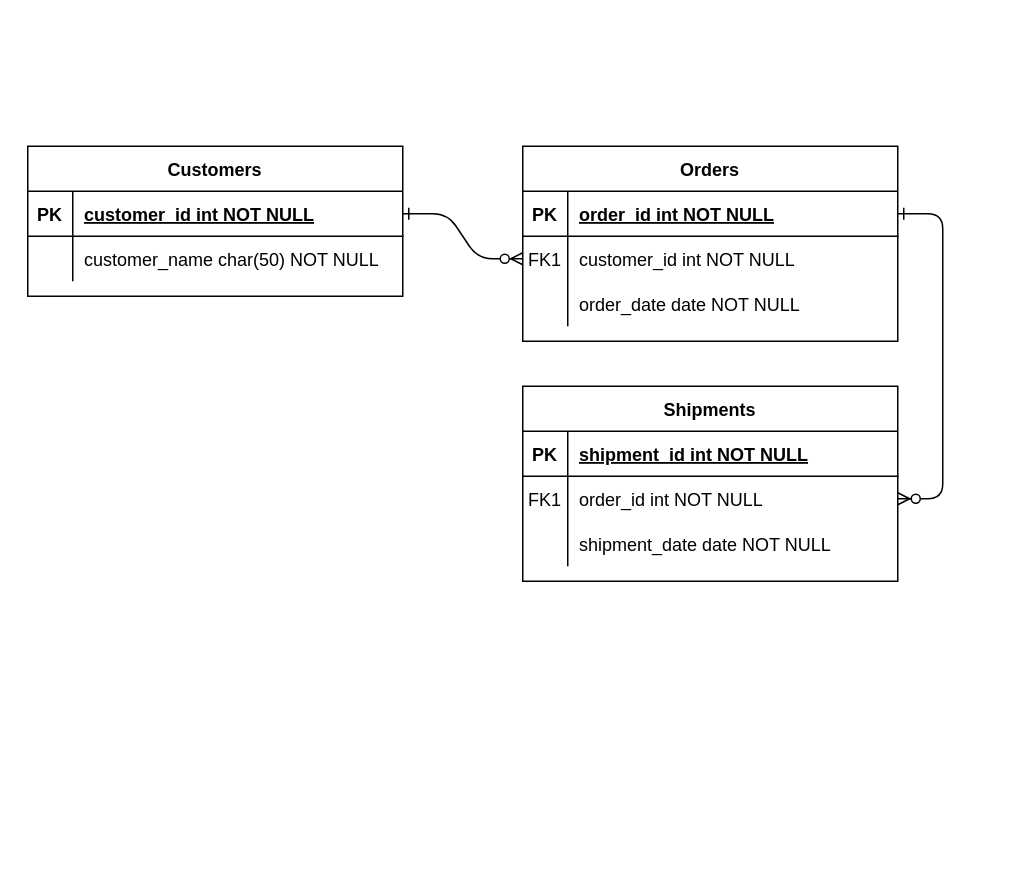
Earlier version of the draw.io diagram pet.drawio (Beah96/meu_primeiro_DER). Source tidied: cells renumbered, new cells numbered last; positions are measured from the earlier drawing's top-left corner, leaving out a move shared by most shapes. Both pictures are drawn from the tidied source at 150%, with x=0, y=0 at pixel (27, 146).
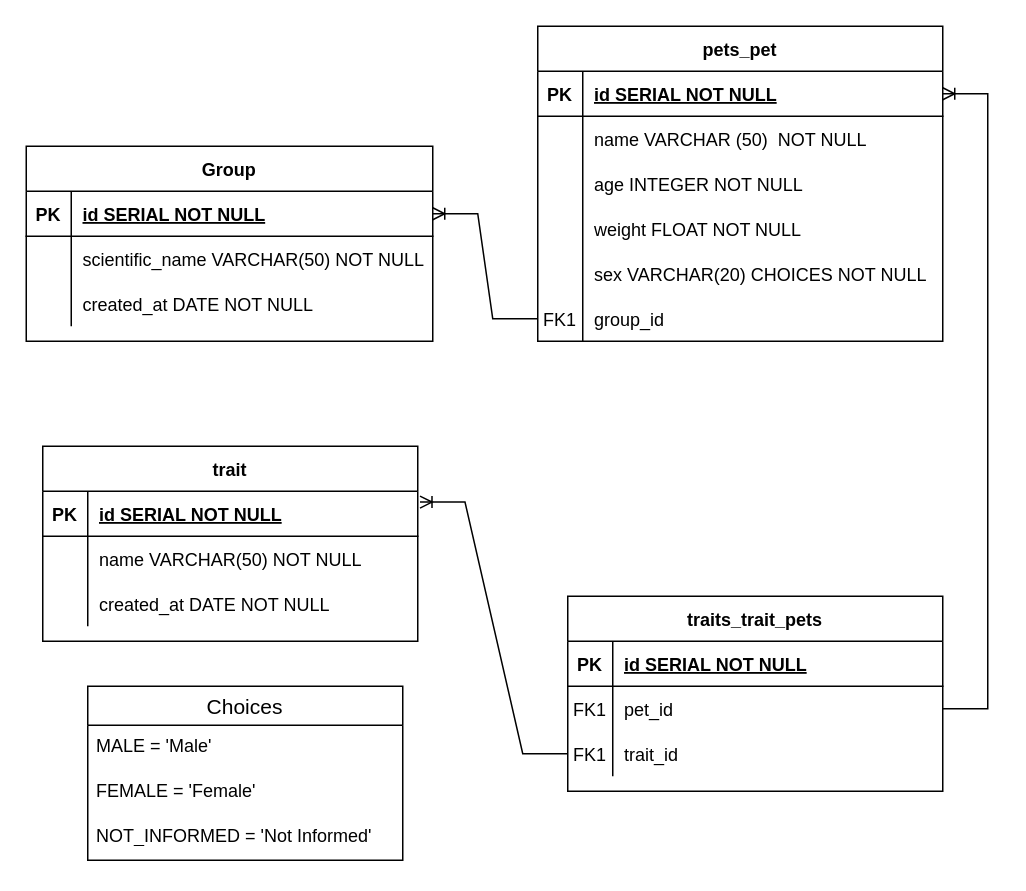
The same diagram, later.

Unchanged cells that the change refers to:
```xml
<mxCell id="15" style="shape=partialRectangle;fillColor=none;points=[[0,0.5],[1,0.5]];portConstraint=eastwest;top=0;left=0;right=0;bottom=1;" parent="14" vertex="1">
  <mxGeometry y="30" width="250" height="30" as="geometry" />
</mxCell>
<mxCell id="18" style="shape=partialRectangle;fillColor=none;points=[[0,0.5],[1,0.5]];portConstraint=eastwest;top=0;left=0;right=0;bottom=0;" parent="14" vertex="1">
  <mxGeometry y="60" width="250" height="30" as="geometry" />
</mxCell>
<mxCell id="21" style="shape=partialRectangle;fillColor=none;top=0;left=0;right=0;bottom=0;" parent="14" vertex="1">
  <mxGeometry y="90" width="250" height="30" as="geometry" />
</mxCell>
```

Diff of the diagram source:
```diff
@@
-    <mxCell id="2" style="edgeStyle=entityRelationEdgeStyle;endArrow=ERzeroToMany;startArrow=ERone;endFill=1;startFill=0;" parent="1" edge="1" source="25" target="8">
-      <mxGeometry relative="1" as="geometry" />
-    </mxCell>
-    <mxCell id="3" style="edgeStyle=entityRelationEdgeStyle;endArrow=ERzeroToMany;startArrow=ERone;endFill=1;startFill=0;" parent="1" edge="1" source="5" target="18">
-      <mxGeometry relative="1" as="geometry" />
-    </mxCell>
-    <mxCell id="4" value="Orders" style="shape=table;startSize=30;childLayout=tableLayout;rowLines=0;fontStyle=1;align=center;" parent="1" vertex="1">
-      <mxGeometry x="330" width="250" height="130" as="geometry" />
+    <mxCell id="4" value="pets_pet" style="shape=table;startSize=30;childLayout=tableLayout;rowLines=0;fontStyle=1;align=center;" parent="1" vertex="1">
+      <mxGeometry x="340" y="-80" width="270" height="210" as="geometry" />
     </mxCell>
     <mxCell id="5" style="shape=partialRectangle;fillColor=none;points=[[0,0.5],[1,0.5]];portConstraint=eastwest;top=0;left=0;right=0;bottom=1;" parent="4" vertex="1">
-      <mxGeometry y="30" width="250" height="30" as="geometry" />
+      <mxGeometry y="30" width="270" height="30" as="geometry" />
     </mxCell>
@@
-    <mxCell id="7" value="order_id int NOT NULL " style="shape=partialRectangle;overflow=hidden;fillColor=none;top=0;left=0;bottom=0;right=0;align=left;spacingLeft=6;fontStyle=5;" parent="5" vertex="1">
-      <mxGeometry x="30" width="220" height="30" as="geometry" />
+    <mxCell id="7" value="id SERIAL NOT NULL" style="shape=partialRectangle;overflow=hidden;fillColor=none;top=0;left=0;bottom=0;right=0;align=left;spacingLeft=6;fontStyle=5;" parent="5" vertex="1">
+      <mxGeometry x="30" width="240" height="30" as="geometry" />
     </mxCell>
+    <mxCell id="11" style="shape=partialRectangle;fillColor=none;top=0;left=0;right=0;bottom=0;" parent="4" vertex="1">
+      <mxGeometry y="60" width="270" height="30" as="geometry" />
+    </mxCell>
+    <mxCell id="12" style="shape=partialRectangle;overflow=hidden;fillColor=none;top=0;left=0;bottom=0;right=0;" parent="11" vertex="1">
+      <mxGeometry width="30" height="30" as="geometry" />
+    </mxCell>
+    <mxCell id="13" value="name VARCHAR (50)  NOT NULL" style="shape=partialRectangle;overflow=hidden;fillColor=none;top=0;left=0;bottom=0;right=0;align=left;spacingLeft=6;" parent="11" vertex="1">
+      <mxGeometry x="30" width="240" height="30" as="geometry" />
+    </mxCell>
+    <mxCell id="31" style="shape=tableRow;horizontal=0;startSize=0;swimlaneHead=0;swimlaneBody=0;fillColor=none;top=0;left=0;right=0;bottom=0;" parent="4" vertex="1">
+      <mxGeometry y="90" width="270" height="30" as="geometry" />
+    </mxCell>
+    <mxCell id="32" style="shape=partialRectangle;fillColor=none;top=0;left=0;bottom=0;right=0;overflow=hidden;" parent="31" vertex="1">
+      <mxGeometry width="30" height="30" as="geometry" />
+    </mxCell>
+    <mxCell id="33" value="age INTEGER NOT NULL" style="shape=partialRectangle;fillColor=none;top=0;left=0;bottom=0;right=0;align=left;spacingLeft=6;overflow=hidden;" parent="31" vertex="1">
+      <mxGeometry x="30" width="240" height="30" as="geometry" />
+    </mxCell>
+    <mxCell id="34" style="shape=tableRow;horizontal=0;startSize=0;swimlaneHead=0;swimlaneBody=0;fillColor=none;top=0;left=0;right=0;bottom=0;" parent="4" vertex="1">
+      <mxGeometry y="120" width="270" height="30" as="geometry" />
+    </mxCell>
+    <mxCell id="35" style="shape=partialRectangle;fillColor=none;top=0;left=0;bottom=0;right=0;overflow=hidden;" parent="34" vertex="1">
+      <mxGeometry width="30" height="30" as="geometry" />
+    </mxCell>
+    <mxCell id="36" value="weight FLOAT NOT NULL" style="shape=partialRectangle;fillColor=none;top=0;left=0;bottom=0;right=0;align=left;spacingLeft=6;overflow=hidden;" parent="34" vertex="1">
+      <mxGeometry x="30" width="240" height="30" as="geometry" />
+    </mxCell>
+    <mxCell id="37" style="shape=tableRow;horizontal=0;startSize=0;swimlaneHead=0;swimlaneBody=0;fillColor=none;top=0;left=0;right=0;bottom=0;" parent="4" vertex="1">
+      <mxGeometry y="150" width="270" height="30" as="geometry" />
+    </mxCell>
+    <mxCell id="38" style="shape=partialRectangle;fillColor=none;top=0;left=0;bottom=0;right=0;overflow=hidden;" parent="37" vertex="1">
+      <mxGeometry width="30" height="30" as="geometry" />
+    </mxCell>
+    <mxCell id="39" value="sex VARCHAR(20) CHOICES NOT NULL" style="shape=partialRectangle;fillColor=none;top=0;left=0;bottom=0;right=0;align=left;spacingLeft=6;overflow=hidden;" parent="37" vertex="1">
+      <mxGeometry x="30" width="240" height="30" as="geometry" />
+    </mxCell>
     <mxCell id="8" style="shape=partialRectangle;fillColor=none;points=[[0,0.5],[1,0.5]];portConstraint=eastwest;top=0;left=0;right=0;bottom=0;" parent="4" vertex="1">
-      <mxGeometry y="60" width="250" height="30" as="geometry" />
+      <mxGeometry y="180" width="270" height="30" as="geometry" />
     </mxCell>
@@
-    <mxCell id="10" value="customer_id int NOT NULL" style="shape=partialRectangle;overflow=hidden;fillColor=none;top=0;left=0;bottom=0;right=0;align=left;spacingLeft=6;" parent="8" vertex="1">
-      <mxGeometry x="30" width="220" height="30" as="geometry" />
+    <mxCell id="10" value="group_id" style="shape=partialRectangle;overflow=hidden;fillColor=none;top=0;left=0;bottom=0;right=0;align=left;spacingLeft=6;" parent="8" vertex="1">
+      <mxGeometry x="30" width="240" height="30" as="geometry" />
     </mxCell>
-    <mxCell id="11" style="shape=partialRectangle;fillColor=none;top=0;left=0;right=0;bottom=0;" parent="4" vertex="1">
-      <mxGeometry y="90" width="250" height="30" as="geometry" />
-    </mxCell>
-    <mxCell id="12" style="shape=partialRectangle;overflow=hidden;fillColor=none;top=0;left=0;bottom=0;right=0;" parent="11" vertex="1">
-      <mxGeometry width="30" height="30" as="geometry" />
-    </mxCell>
-    <mxCell id="13" value="order_date date NOT NULL" style="shape=partialRectangle;overflow=hidden;fillColor=none;top=0;left=0;bottom=0;right=0;align=left;spacingLeft=6;" parent="11" vertex="1">
-      <mxGeometry x="30" width="220" height="30" as="geometry" />
-    </mxCell>
-    <mxCell id="14" value="Shipments" style="shape=table;startSize=30;childLayout=tableLayout;rowLines=0;fontStyle=1;align=center;" parent="1" vertex="1">
-      <mxGeometry x="330" y="160" width="250" height="130" as="geometry" />
+    <mxCell id="14" value="trait" style="shape=table;startSize=30;childLayout=tableLayout;rowLines=0;fontStyle=1;align=center;" parent="1" vertex="1">
+      <mxGeometry x="10" y="200" width="250" height="130" as="geometry" />
     </mxCell>
@@
-    <mxCell id="17" value="shipment_id int NOT NULL " style="shape=partialRectangle;overflow=hidden;fillColor=none;top=0;left=0;bottom=0;right=0;align=left;spacingLeft=6;fontStyle=5;" parent="15" vertex="1">
+    <mxCell id="17" value="id SERIAL NOT NULL" style="shape=partialRectangle;overflow=hidden;fillColor=none;top=0;left=0;bottom=0;right=0;align=left;spacingLeft=6;fontStyle=5;" parent="15" vertex="1">
       <mxGeometry x="30" width="220" height="30" as="geometry" />
     </mxCell>
@@
-    <mxCell id="19" value="FK1" style="shape=partialRectangle;overflow=hidden;fillColor=none;top=0;left=0;bottom=0;right=0;" parent="18" vertex="1">
+    <mxCell id="19" style="shape=partialRectangle;overflow=hidden;fillColor=none;top=0;left=0;bottom=0;right=0;" parent="18" vertex="1">
       <mxGeometry width="30" height="30" as="geometry" />
     </mxCell>
-    <mxCell id="20" value="order_id int NOT NULL" style="shape=partialRectangle;overflow=hidden;fillColor=none;top=0;left=0;bottom=0;right=0;align=left;spacingLeft=6;" parent="18" vertex="1">
+    <mxCell id="20" value="name VARCHAR(50) NOT NULL" style="shape=partialRectangle;overflow=hidden;fillColor=none;top=0;left=0;bottom=0;right=0;align=left;spacingLeft=6;" parent="18" vertex="1">
       <mxGeometry x="30" width="220" height="30" as="geometry" />
     </mxCell>
@@
-    <mxCell id="23" value="shipment_date date NOT NULL" style="shape=partialRectangle;overflow=hidden;fillColor=none;top=0;left=0;bottom=0;right=0;align=left;spacingLeft=6;" parent="21" vertex="1">
+    <mxCell id="23" value="created_at DATE NOT NULL" style="shape=partialRectangle;overflow=hidden;fillColor=none;top=0;left=0;bottom=0;right=0;align=left;spacingLeft=6;" parent="21" vertex="1">
       <mxGeometry x="30" width="220" height="30" as="geometry" />
     </mxCell>
-    <mxCell id="24" value="Customers" style="shape=table;startSize=30;childLayout=tableLayout;rowLines=0;fontStyle=1;align=center;" parent="1" vertex="1">
-      <mxGeometry width="250" height="100" as="geometry" />
+    <mxCell id="24" value="Group" style="shape=table;startSize=30;childLayout=tableLayout;rowLines=0;fontStyle=1;align=center;" parent="1" vertex="1">
+      <mxGeometry x="-1" width="271" height="130" as="geometry" />
     </mxCell>
     <mxCell id="25" style="shape=partialRectangle;fillColor=none;points=[[0,0.5],[1,0.5]];portConstraint=eastwest;top=0;left=0;right=0;bottom=1;" parent="24" vertex="1">
-      <mxGeometry y="30" width="250" height="30" as="geometry" />
+      <mxGeometry y="30" width="271" height="30" as="geometry" />
     </mxCell>
@@
-    <mxCell id="27" value="customer_id int NOT NULL " style="shape=partialRectangle;overflow=hidden;fillColor=none;top=0;left=0;bottom=0;right=0;align=left;spacingLeft=6;fontStyle=5;" parent="25" vertex="1">
-      <mxGeometry x="30" width="220" height="30" as="geometry" />
+    <mxCell id="27" value="id SERIAL NOT NULL" style="shape=partialRectangle;overflow=hidden;fillColor=none;top=0;left=0;bottom=0;right=0;align=left;spacingLeft=6;fontStyle=5;" parent="25" vertex="1">
+      <mxGeometry x="30" width="241" height="30" as="geometry" />
     </mxCell>
     <mxCell id="28" style="shape=partialRectangle;fillColor=none;top=0;left=0;right=0;bottom=0;" parent="24" vertex="1">
-      <mxGeometry y="60" width="250" height="30" as="geometry" />
+      <mxGeometry y="60" width="271" height="30" as="geometry" />
     </mxCell>
@@
-    <mxCell id="30" value="customer_name char(50) NOT NULL" style="shape=partialRectangle;overflow=hidden;fillColor=none;top=0;left=0;bottom=0;right=0;align=left;spacingLeft=6;" parent="28" vertex="1">
-      <mxGeometry x="30" width="220" height="30" as="geometry" />
+    <mxCell id="30" value="scientific_name VARCHAR(50) NOT NULL" style="shape=partialRectangle;overflow=hidden;fillColor=none;top=0;left=0;bottom=0;right=0;align=left;spacingLeft=6;" parent="28" vertex="1">
+      <mxGeometry x="30" width="241" height="30" as="geometry" />
     </mxCell>
+    <mxCell id="40" style="shape=tableRow;horizontal=0;startSize=0;swimlaneHead=0;swimlaneBody=0;fillColor=none;top=0;left=0;right=0;bottom=0;" parent="24" vertex="1">
+      <mxGeometry y="90" width="271" height="30" as="geometry" />
+    </mxCell>
+    <mxCell id="41" style="shape=partialRectangle;fillColor=none;top=0;left=0;bottom=0;right=0;overflow=hidden;" parent="40" vertex="1">
+      <mxGeometry width="30" height="30" as="geometry" />
+    </mxCell>
+    <mxCell id="42" value="created_at DATE NOT NULL" style="shape=partialRectangle;fillColor=none;top=0;left=0;bottom=0;right=0;align=left;spacingLeft=6;overflow=hidden;" parent="40" vertex="1">
+      <mxGeometry x="30" width="241" height="30" as="geometry" />
+    </mxCell>
+    <mxCell id="43" value="traits_trait_pets" style="shape=table;startSize=30;childLayout=tableLayout;rowLines=0;fontStyle=1;align=center;" parent="1" vertex="1">
+      <mxGeometry x="360" y="300" width="250" height="130" as="geometry" />
+    </mxCell>
+    <mxCell id="44" style="shape=partialRectangle;fillColor=none;top=0;left=0;right=0;bottom=1;" parent="43" vertex="1">
+      <mxGeometry y="30" width="250" height="30" as="geometry" />
+    </mxCell>
+    <mxCell id="45" value="PK" style="shape=partialRectangle;overflow=hidden;fillColor=none;top=0;left=0;bottom=0;right=0;fontStyle=1;" parent="44" vertex="1">
+      <mxGeometry width="30" height="30" as="geometry" />
+    </mxCell>
+    <mxCell id="46" value="id SERIAL NOT NULL" style="shape=partialRectangle;overflow=hidden;fillColor=none;top=0;left=0;bottom=0;right=0;align=left;spacingLeft=6;fontStyle=5;" parent="44" vertex="1">
+      <mxGeometry x="30" width="220" height="30" as="geometry" />
+    </mxCell>
+    <mxCell id="47" style="shape=partialRectangle;fillColor=none;points=[[0,0.5],[1,0.5]];portConstraint=eastwest;top=0;left=0;right=0;bottom=0;" parent="43" vertex="1">
+      <mxGeometry y="60" width="250" height="30" as="geometry" />
+    </mxCell>
+    <mxCell id="48" value="FK1" style="shape=partialRectangle;overflow=hidden;fillColor=none;top=0;left=0;bottom=0;right=0;" parent="47" vertex="1">
+      <mxGeometry width="30" height="30" as="geometry" />
+    </mxCell>
+    <mxCell id="49" value="pet_id" style="shape=partialRectangle;overflow=hidden;fillColor=none;top=0;left=0;bottom=0;right=0;align=left;spacingLeft=6;" parent="47" vertex="1">
+      <mxGeometry x="30" width="220" height="30" as="geometry" />
+    </mxCell>
+    <mxCell id="50" style="shape=partialRectangle;fillColor=none;points=[[0,0.5],[1,0.5]];portConstraint=eastwest;top=0;left=0;right=0;bottom=0;" parent="43" vertex="1">
+      <mxGeometry y="90" width="250" height="30" as="geometry" />
+    </mxCell>
+    <mxCell id="51" style="shape=partialRectangle;overflow=hidden;fillColor=none;top=0;left=0;bottom=0;right=0;" parent="50" vertex="1">
+      <mxGeometry width="30" height="30" as="geometry" />
+    </mxCell>
+    <mxCell id="52" value="trait_id" style="shape=partialRectangle;overflow=hidden;fillColor=none;top=0;left=0;bottom=0;right=0;align=left;spacingLeft=6;" parent="50" vertex="1">
+      <mxGeometry x="30" width="220" height="30" as="geometry" />
+    </mxCell>
+    <mxCell id="53" value="FK1" style="shape=partialRectangle;overflow=hidden;fillColor=none;top=0;left=0;bottom=0;right=0;" parent="1" vertex="1">
+      <mxGeometry x="360" y="390" width="30" height="30" as="geometry" />
+    </mxCell>
+    <mxCell id="54" style="edgeStyle=entityRelationEdgeStyle;fontSize=12;html=1;endArrow=ERoneToMany;rounded=0;entryX=1;entryY=0.5;entryDx=0;entryDy=0;" parent="1" edge="1" source="8" target="25">
+      <mxGeometry relative="1" as="geometry" />
+    </mxCell>
+    <mxCell id="55" style="edgeStyle=entityRelationEdgeStyle;fontSize=12;html=1;endArrow=ERoneToMany;rounded=0;entryX=1;entryY=0.5;entryDx=0;entryDy=0;exitX=1;exitY=0.5;exitDx=0;exitDy=0;" parent="1" edge="1" source="47" target="5">
+      <mxGeometry relative="1" as="geometry">
+        <Array as="points">
+          <mxPoint x="590" y="270" />
+          <mxPoint x="650" y="40" />
+          <mxPoint x="650" y="100" />
+          <mxPoint x="640" y="-10" />
+        </Array>
+      </mxGeometry>
+    </mxCell>
+    <mxCell id="56" style="edgeStyle=entityRelationEdgeStyle;fontSize=12;html=1;endArrow=ERoneToMany;rounded=0;entryX=1.006;entryY=0.24;entryDx=0;entryDy=0;entryPerimeter=0;" parent="1" edge="1" source="50" target="15">
+      <mxGeometry relative="1" as="geometry" />
+    </mxCell>
+    <mxCell id="57" value="Choices" style="swimlane;fontStyle=0;horizontal=1;startSize=26;align=center;fontSize=14;" parent="1" vertex="1">
+      <mxGeometry x="40" y="360" width="210" height="116" as="geometry" />
+    </mxCell>
+    <mxCell id="58" value="MALE = 'Male'" style="text;strokeColor=none;fillColor=none;spacingLeft=4;spacingRight=4;overflow=hidden;fontSize=12;whiteSpace=wrap;html=1;" parent="57" vertex="1">
+      <mxGeometry y="26" width="210" height="30" as="geometry" />
+    </mxCell>
+    <mxCell id="59" value="FEMALE = 'Female'" style="text;strokeColor=none;fillColor=none;spacingLeft=4;spacingRight=4;overflow=hidden;fontSize=12;whiteSpace=wrap;html=1;" parent="57" vertex="1">
+      <mxGeometry y="56" width="210" height="30" as="geometry" />
+    </mxCell>
+    <mxCell id="60" value="NOT_INFORMED = 'Not Informed'" style="text;strokeColor=none;fillColor=none;spacingLeft=4;spacingRight=4;overflow=hidden;fontSize=12;whiteSpace=wrap;html=1;" parent="57" vertex="1">
+      <mxGeometry y="86" width="210" height="30" as="geometry" />
+    </mxCell>
```
